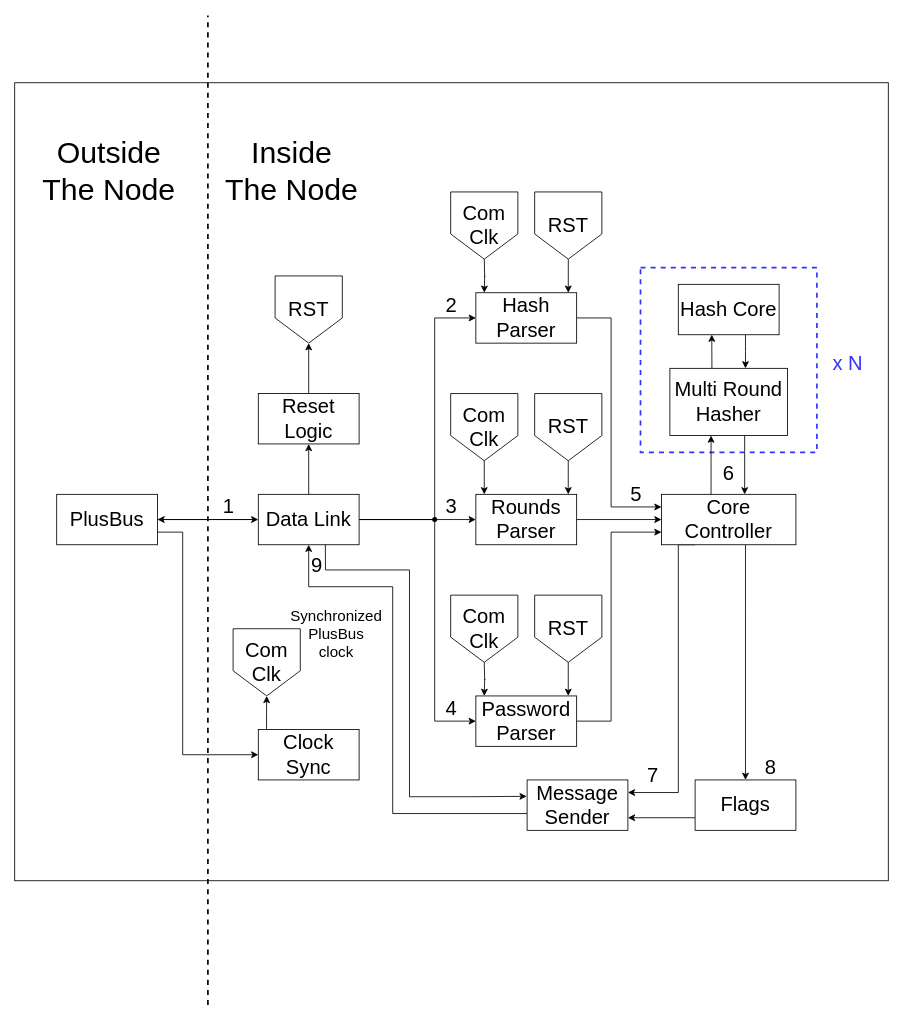
Niclasapdk/ESD3_project keeps this draw.io diagram as figures/prototype/node_structure/node_structure.drawio. Above is the earlier version. Source tidied: cells renumbered, new cells numbered last; positions are measured from the earlier drawing's top-left corner, leaving out a move shared by most shapes. Both pictures are drawn from the tidied source at 84%, with x=0, y=0 at pixel (14, 15).
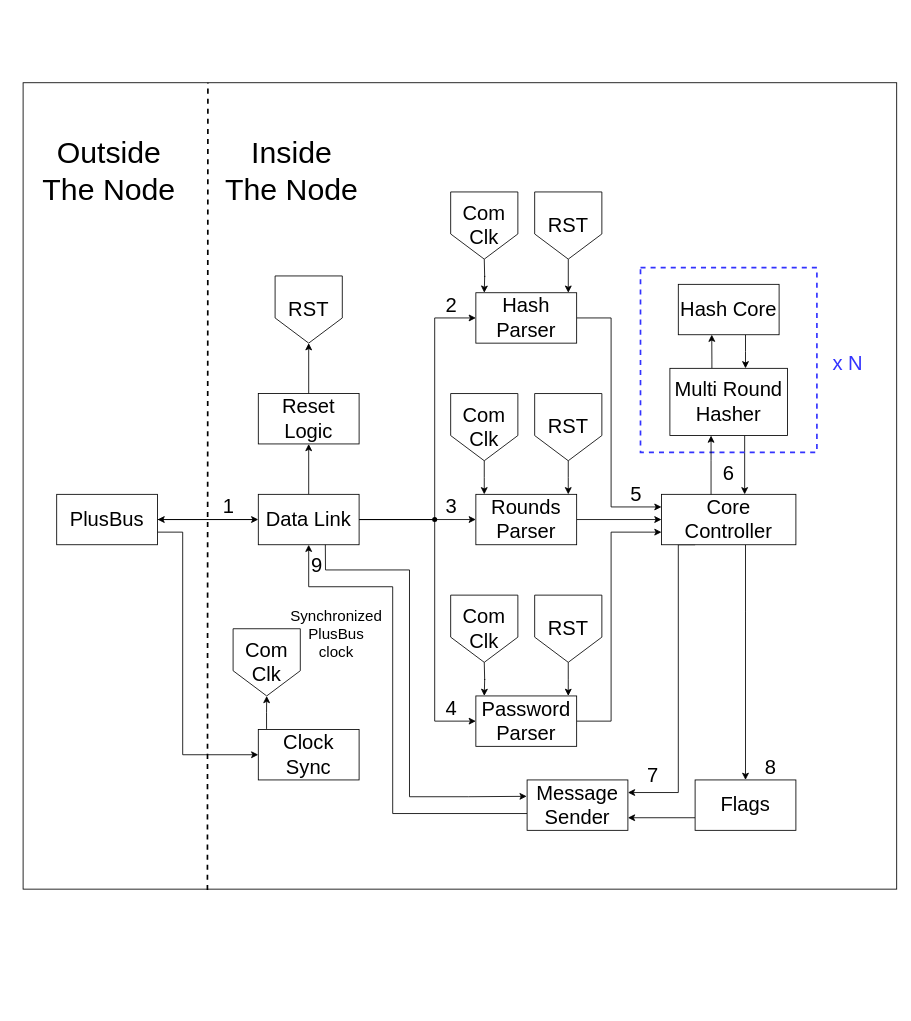
Above is the later version.

Diff of the diagram source:
```diff
@@
     <mxCell id="2" style="rounded=0;whiteSpace=wrap;html=1;fontSize=16;" parent="1" vertex="1">
-      <mxGeometry y="80" width="1040" height="950" as="geometry" />
+      <mxGeometry x="10" y="80" width="1040" height="960" as="geometry" />
     </mxCell>
@@
-    <mxCell id="6" style="endArrow=none;html=1;rounded=0;strokeWidth=2;dashed=1;" parent="1" edge="1">
+    <mxCell id="6" style="endArrow=none;html=1;rounded=0;strokeWidth=2;dashed=1;exitX=0.211;exitY=1.001;exitDx=0;exitDy=0;exitPerimeter=0;" parent="1" edge="1" source="2">
       <mxGeometry relative="1" as="geometry">
-        <mxPoint x="230" y="1178" as="sourcePoint" />
-        <mxPoint x="230" as="targetPoint" />
+        <mxPoint x="230" y="80" as="targetPoint" />
       </mxGeometry>
     </mxCell>
```
